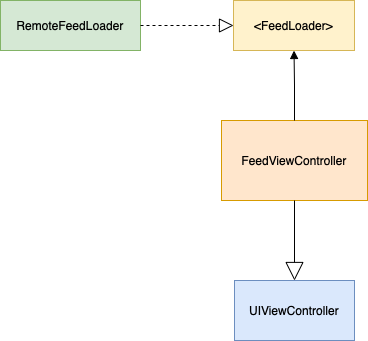
Galih94/LearnDependencyDiagram keeps this draw.io diagram as Diagrams/LearnDiagram.drawio.png. Above is the earlier version. Source tidied: cells renumbered, new cells last; positions are measured from the earlier drawing's top-left corner, leaving out a move shared by most shapes.
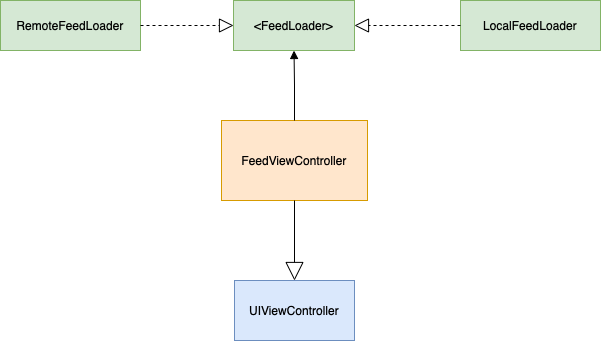
The same file after the commit.

Commit message:
create(LocalFeedLoader): create LocalFeedLoader that conforms to FeedLoader locally, and update diagram

Change to the diagram source:
```diff
@@ -11,7 +11,7 @@
     <mxCell id="4" style="endArrow=block;endSize=16;endFill=0;html=1;rounded=0;entryX=0.5;entryY=0;entryDx=0;entryDy=0;exitX=0.5;exitY=1;exitDx=0;exitDy=0;" parent="1" edge="1" source="2" target="3">
       <mxGeometry relative="1" as="geometry" />
     </mxCell>
-    <mxCell id="5" value="&amp;lt;FeedLoader&amp;gt;" style="html=1;whiteSpace=wrap;fillColor=#fff2cc;strokeColor=#d6b656;" parent="1" vertex="1">
+    <mxCell id="5" value="&amp;lt;FeedLoader&amp;gt;" style="html=1;whiteSpace=wrap;fillColor=#d5e8d4;strokeColor=#82b366;" parent="1" vertex="1">
       <mxGeometry x="233" width="121" height="50" as="geometry" />
     </mxCell>
     <mxCell id="6" value="&lt;br&gt;" style="html=1;verticalAlign=bottom;endArrow=block;edgeStyle=elbowEdgeStyle;elbow=vertical;curved=0;rounded=0;entryX=0.5;entryY=1;entryDx=0;entryDy=0;" parent="1" edge="1" source="2" target="5">
@@ -23,5 +23,11 @@
     <mxCell id="8" style="endArrow=block;dashed=1;endFill=0;endSize=12;html=1;rounded=0;entryX=0;entryY=0.5;entryDx=0;entryDy=0;exitX=1;exitY=0.5;exitDx=0;exitDy=0;" parent="1" edge="1" source="7" target="5">
       <mxGeometry relative="1" as="geometry" />
     </mxCell>
+    <mxCell id="9" value="LocalFeedLoader" style="html=1;whiteSpace=wrap;fillColor=#d5e8d4;strokeColor=#82b366;" parent="1" vertex="1">
+      <mxGeometry x="460" width="140" height="50" as="geometry" />
+    </mxCell>
+    <mxCell id="10" style="endArrow=block;dashed=1;endFill=0;endSize=12;html=1;rounded=0;entryX=1;entryY=0.5;entryDx=0;entryDy=0;exitX=0;exitY=0.5;exitDx=0;exitDy=0;" parent="1" edge="1" source="9" target="5">
+      <mxGeometry relative="1" as="geometry" />
+    </mxCell>
   </root>
 </mxGraphModel>
```
